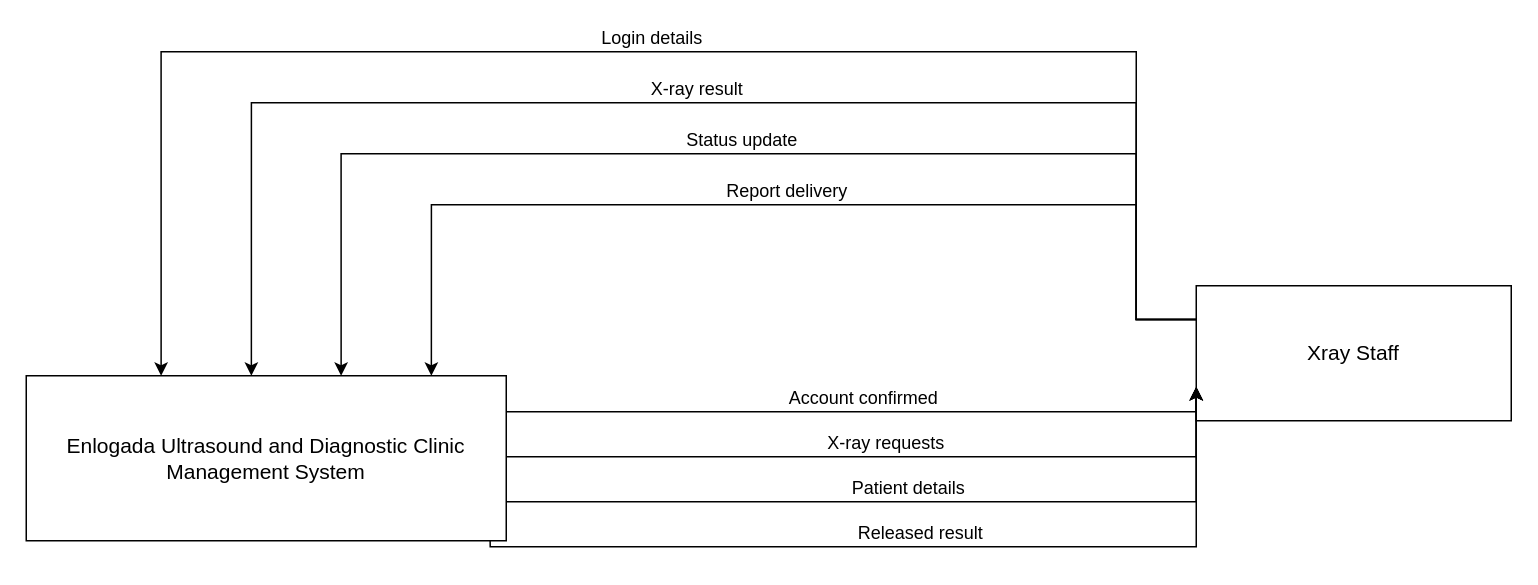
steven23lz/Enlogada-Clinic-Management-System keeps this draw.io diagram as page "Xray Staff" (8 of 9) of docs/diagrams/dfd-level0.drawio. Above is the earlier version. Source tidied: cells renumbered, new cells numbered last; positions are measured from the earlier drawing's top-left corner, leaving out a move shared by most shapes. Both pictures are drawn from the tidied source at 150%, with x=0, y=0 at pixel (26, 51).
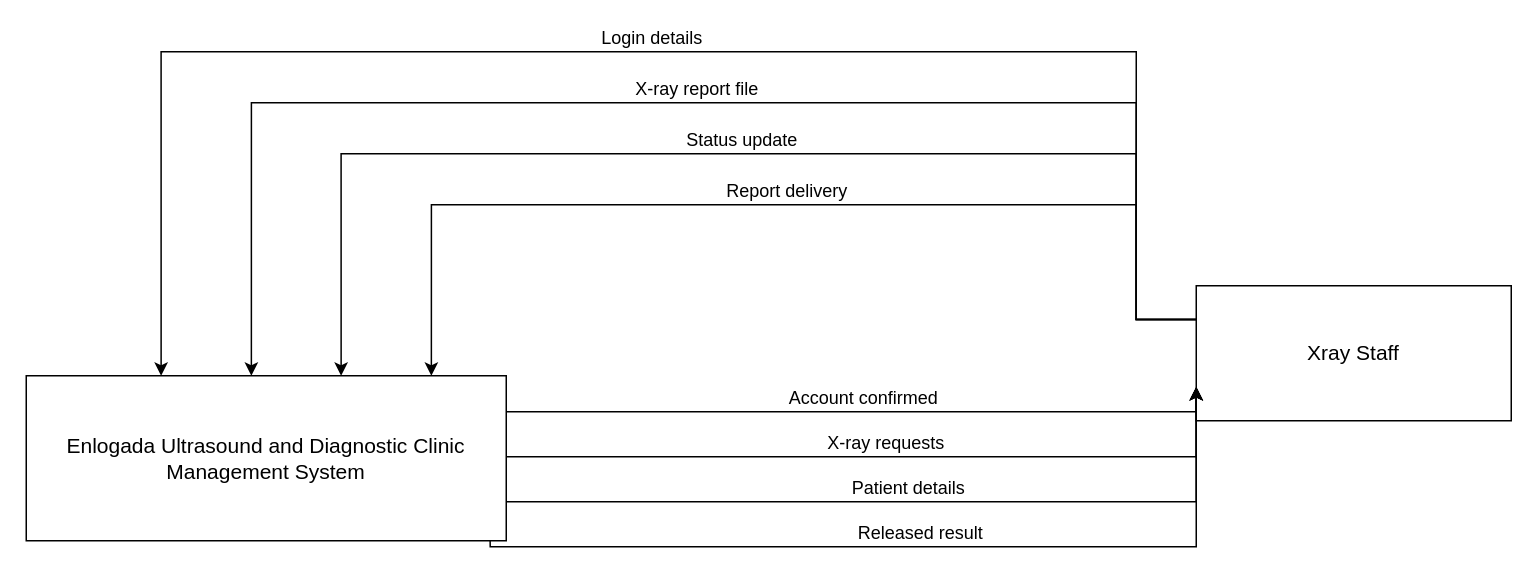
Above is the later version.

Unchanged cells that the change refers to:
```xml
<mxCell id="2" value="Enlogada Ultrasound and Diagnostic Clinic Management System" style="rounded=0;whiteSpace=wrap;html=1;verticalAlign=middle;fontFamily=Helvetica;fontSize=14;fontColor=#000000;strokeColor=#000000;" parent="1" vertex="1">
  <mxGeometry y="216" width="320" height="110" as="geometry" />
</mxCell>
<mxCell id="3" value="Xray Staff" style="rounded=0;whiteSpace=wrap;html=1;fontFamily=Helvetica;fontSize=14;fontColor=#000000;strokeColor=#000000;" parent="1" vertex="1">
  <mxGeometry x="780" y="156" width="210" height="90" as="geometry" />
</mxCell>
```

What changed in the source:
```diff
@@
-    <mxCell id="5" value="X-ray result" style="edgeStyle=orthogonalEdgeStyle;rounded=0;html=1;verticalAlign=bottom;fontFamily=Helvetica;fontSize=12;fontColor=#000000;strokeColor=#000000;exitX=0;exitY=0.25;exitDx=0;exitDy=0;entryX=0.469;entryY=0;entryDx=0;entryDy=0;" parent="1" edge="1" source="3" target="2">
+    <mxCell id="5" value="X-ray report file" style="edgeStyle=orthogonalEdgeStyle;rounded=0;html=1;verticalAlign=bottom;fontFamily=Helvetica;fontSize=12;fontColor=#000000;strokeColor=#000000;exitX=0;exitY=0.25;exitDx=0;exitDy=0;entryX=0.469;entryY=0;entryDx=0;entryDy=0;" parent="1" edge="1" source="3" target="2">
       <mxGeometry relative="1" as="geometry">
         <Array as="points">
           <mxPoint x="740" y="34" />
           <mxPoint x="150" y="34" />
         </Array>
       </mxGeometry>
     </mxCell>
```
